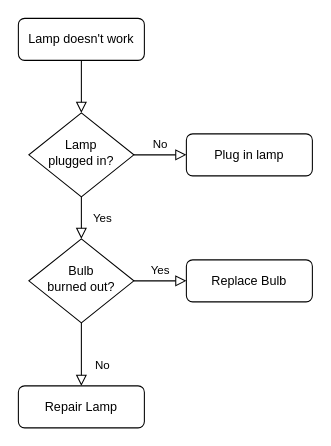
Earlier version of the draw.io diagram Untitled Diagram.drawio (marijastolevska/SI_2024_lab2_196010). Source tidied: cells renumbered, new cells numbered last; positions are measured from the earlier drawing's top-left corner, leaving out a move shared by most shapes. Both pictures are drawn from the tidied source at 105%, with x=0, y=0 at pixel (18, 18).
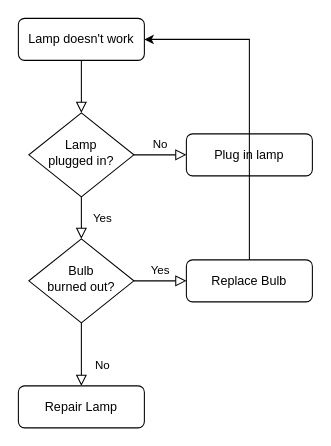
Above is the later version.

The edit, as a diff of the source:
```diff
@@
 <mxGraphModel>
   <root>
     <mxCell id="0" />
     <mxCell id="1" parent="0" />
     <mxCell id="2" style="rounded=0;html=1;jettySize=auto;fontSize=11;endArrow=block;endFill=0;endSize=8;strokeWidth=1;shadow=0;labelBackgroundColor=none;edgeStyle=orthogonalEdgeStyle;" parent="1" edge="1" source="3" target="6">
       <mxGeometry relative="1" as="geometry" />
     </mxCell>
     <mxCell id="3" value="Lamp doesn't work" style="rounded=1;whiteSpace=wrap;html=1;fontSize=12;glass=0;strokeWidth=1;shadow=0;" parent="1" vertex="1">
       <mxGeometry width="120" height="40" as="geometry" />
     </mxCell>
     <mxCell id="4" value="Yes" style="rounded=0;html=1;jettySize=auto;fontSize=11;endArrow=block;endFill=0;endSize=8;strokeWidth=1;shadow=0;labelBackgroundColor=none;edgeStyle=orthogonalEdgeStyle;" parent="1" edge="1" source="6" target="10">
       <mxGeometry y="20" relative="1" as="geometry" />
     </mxCell>
     <mxCell id="5" value="No" style="edgeStyle=orthogonalEdgeStyle;rounded=0;html=1;jettySize=auto;fontSize=11;endArrow=block;endFill=0;endSize=8;strokeWidth=1;shadow=0;labelBackgroundColor=none;" parent="1" edge="1" source="6" target="7">
       <mxGeometry y="10" relative="1" as="geometry" />
     </mxCell>
     <mxCell id="6" value="Lamp&lt;br&gt;plugged in?" style="rhombus;whiteSpace=wrap;html=1;shadow=0;fontFamily=Helvetica;fontSize=12;align=center;strokeWidth=1;spacing=6;spacingTop=-4;" parent="1" vertex="1">
       <mxGeometry x="10" y="90" width="100" height="80" as="geometry" />
     </mxCell>
     <mxCell id="7" value="Plug in lamp" style="rounded=1;whiteSpace=wrap;html=1;fontSize=12;glass=0;strokeWidth=1;shadow=0;" parent="1" vertex="1">
       <mxGeometry x="160" y="110" width="120" height="40" as="geometry" />
     </mxCell>
     <mxCell id="8" value="No" style="rounded=0;html=1;jettySize=auto;fontSize=11;endArrow=block;endFill=0;endSize=8;strokeWidth=1;shadow=0;labelBackgroundColor=none;edgeStyle=orthogonalEdgeStyle;" parent="1" edge="1" source="10" target="11">
       <mxGeometry x="0.33" y="20" relative="1" as="geometry" />
     </mxCell>
     <mxCell id="9" value="Yes" style="edgeStyle=orthogonalEdgeStyle;rounded=0;html=1;jettySize=auto;fontSize=11;endArrow=block;endFill=0;endSize=8;strokeWidth=1;shadow=0;labelBackgroundColor=none;" parent="1" edge="1" source="10" target="12">
       <mxGeometry y="10" relative="1" as="geometry" />
     </mxCell>
     <mxCell id="10" value="Bulb&lt;br&gt;burned out?" style="rhombus;whiteSpace=wrap;html=1;shadow=0;fontFamily=Helvetica;fontSize=12;align=center;strokeWidth=1;spacing=6;spacingTop=-4;" parent="1" vertex="1">
       <mxGeometry x="10" y="210" width="100" height="80" as="geometry" />
     </mxCell>
     <mxCell id="11" value="Repair Lamp" style="rounded=1;whiteSpace=wrap;html=1;fontSize=12;glass=0;strokeWidth=1;shadow=0;" parent="1" vertex="1">
       <mxGeometry y="350" width="120" height="40" as="geometry" />
     </mxCell>
     <mxCell id="12" value="Replace Bulb" style="rounded=1;whiteSpace=wrap;html=1;fontSize=12;glass=0;strokeWidth=1;shadow=0;" parent="1" vertex="1">
       <mxGeometry x="160" y="230" width="120" height="40" as="geometry" />
     </mxCell>
+    <mxCell id="13" style="endArrow=classic;html=1;rounded=0;exitX=0.5;exitY=0;exitDx=0;exitDy=0;entryX=1;entryY=0.5;entryDx=0;entryDy=0;" parent="1" edge="1" source="12" target="3">
+      <mxGeometry relative="1" as="geometry">
+        <Array as="points">
+          <mxPoint x="220" y="20" />
+        </Array>
+      </mxGeometry>
+    </mxCell>
   </root>
 </mxGraphModel>
```
